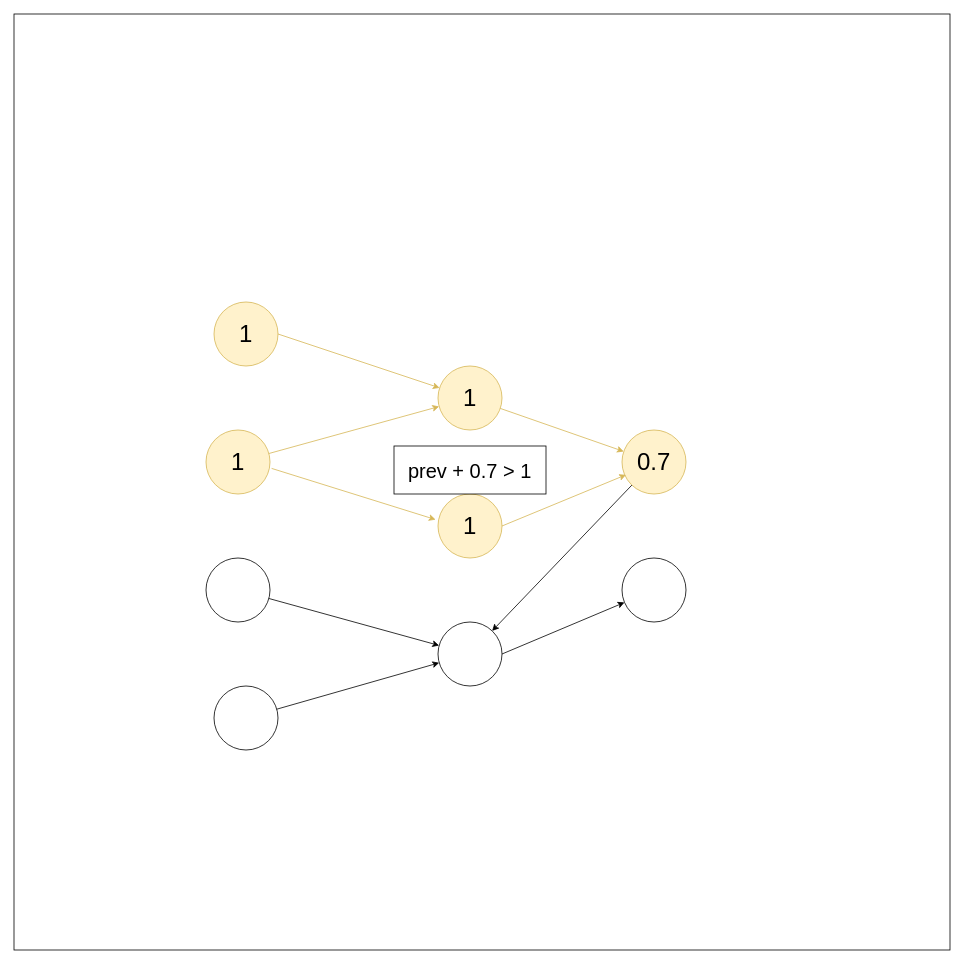
This is diagrams/Step3.drawio from AB-GI/mono, a draw.io file, before an edit. Source tidied: cells renumbered, new cells numbered last; positions are measured from the earlier drawing's top-left corner, leaving out a move shared by most shapes. Both pictures are drawn from the tidied source at 80%, with x=0, y=0 at pixel (14, 14).
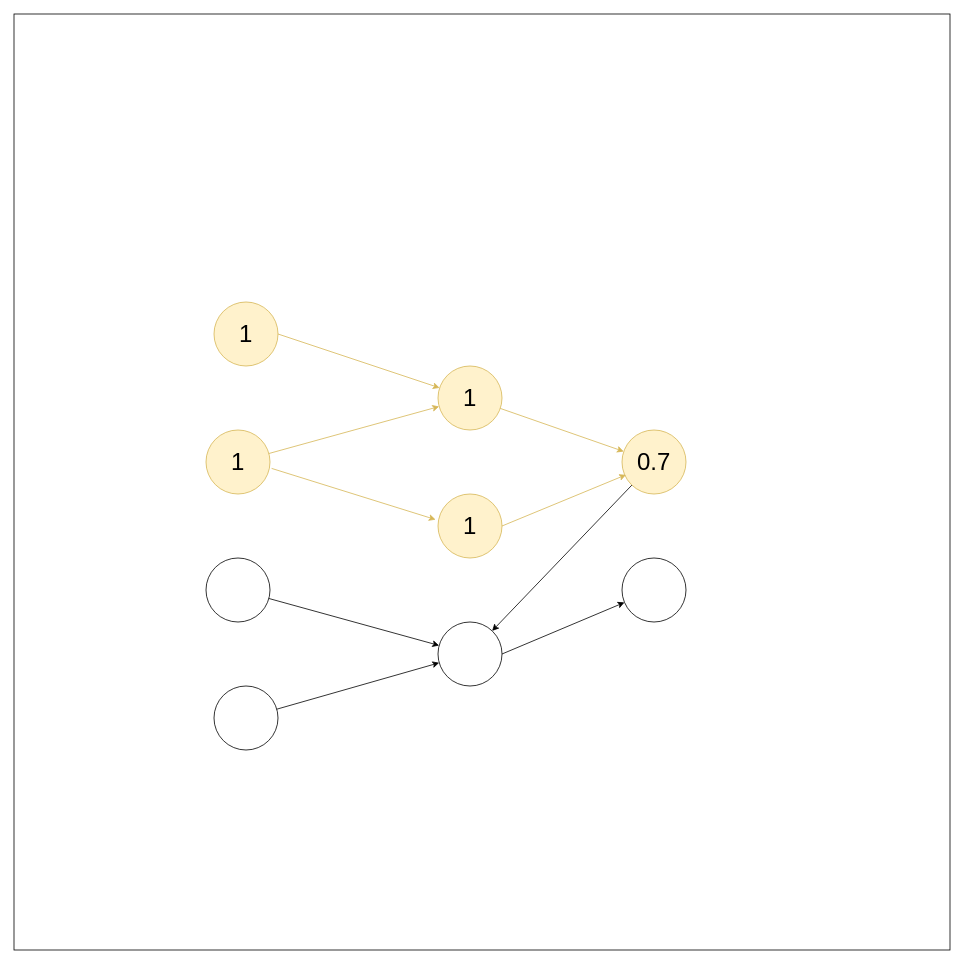
The same diagram, later.

Diff of the diagram source:
```diff
@@
-    <mxCell id="21" value="prev + 0.7 &amp;gt; 1" style="rounded=0;whiteSpace=wrap;html=1;shadow=0;labelBackgroundColor=default;fontSize=25;" parent="1" vertex="1">
-      <mxGeometry x="475" y="540" width="190" height="60" as="geometry" />
-    </mxCell>
```
